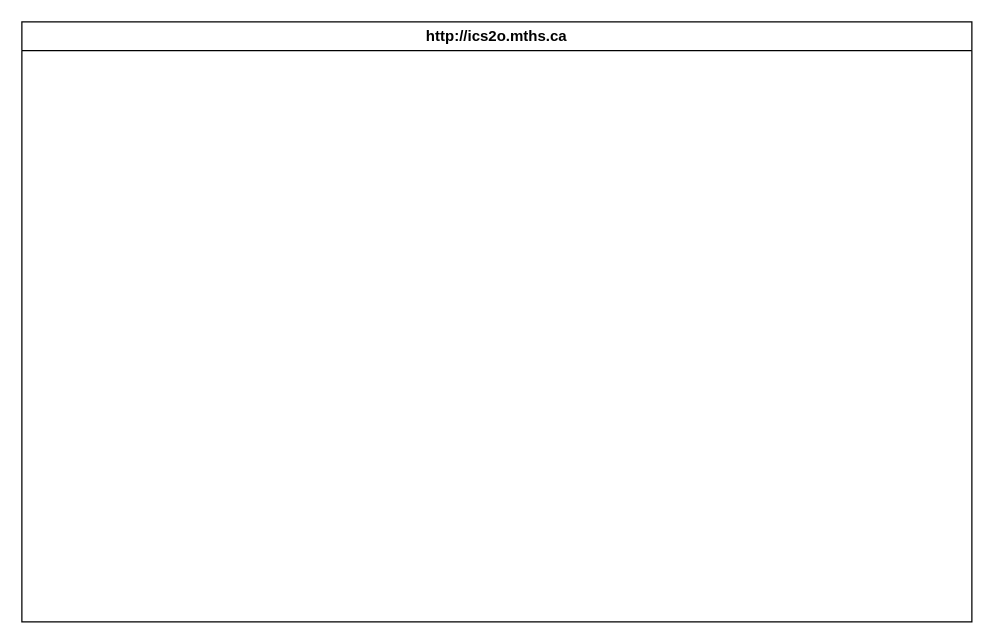
This is design/storyboard.drawio from MTHS-ICD2O-1-2023/ICD2O-Unit-5-06-tymofii-stepanov, a draw.io file, before an edit. Source tidied: cells renumbered, new cells numbered last; positions are measured from the earlier drawing's top-left corner, leaving out a move shared by most shapes. Both pictures are drawn from the tidied source at 125%, with x=0, y=0 at pixel (21, 21).
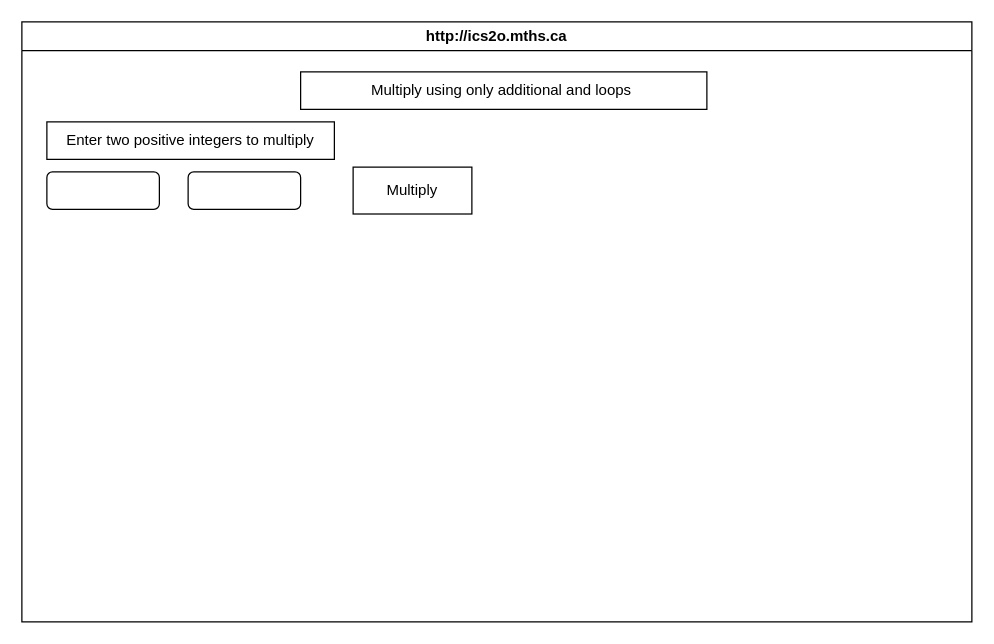
The same page after the edit.

The edit, as a diff of the source:
```diff
@@
 <mxGraphModel>
   <root>
     <mxCell id="0" />
     <mxCell id="1" parent="0" />
     <mxCell id="2" value="http://ics2o.mths.ca" style="swimlane;whiteSpace=wrap;html=1;" parent="1" vertex="1">
       <mxGeometry width="760" height="480" as="geometry" />
     </mxCell>
+    <mxCell id="3" value="Multiply using only additional and loops&amp;nbsp;" style="rounded=0;whiteSpace=wrap;html=1;" parent="2" vertex="1">
+      <mxGeometry x="223" y="40" width="325" height="30" as="geometry" />
+    </mxCell>
+    <mxCell id="4" style="rounded=1;whiteSpace=wrap;html=1;" parent="2" vertex="1">
+      <mxGeometry x="20" y="120" width="90" height="30" as="geometry" />
+    </mxCell>
+    <mxCell id="5" style="rounded=1;whiteSpace=wrap;html=1;" parent="2" vertex="1">
+      <mxGeometry x="133" y="120" width="90" height="30" as="geometry" />
+    </mxCell>
+    <mxCell id="6" value="Enter two positive integers to multiply" style="rounded=0;whiteSpace=wrap;html=1;" parent="2" vertex="1">
+      <mxGeometry x="20" y="80" width="230" height="30" as="geometry" />
+    </mxCell>
+    <mxCell id="7" value="Multiply" style="rounded=0;whiteSpace=wrap;html=1;" parent="2" vertex="1">
+      <mxGeometry x="265" y="116.2" width="95" height="37.5" as="geometry" />
+    </mxCell>
   </root>
 </mxGraphModel>
```
